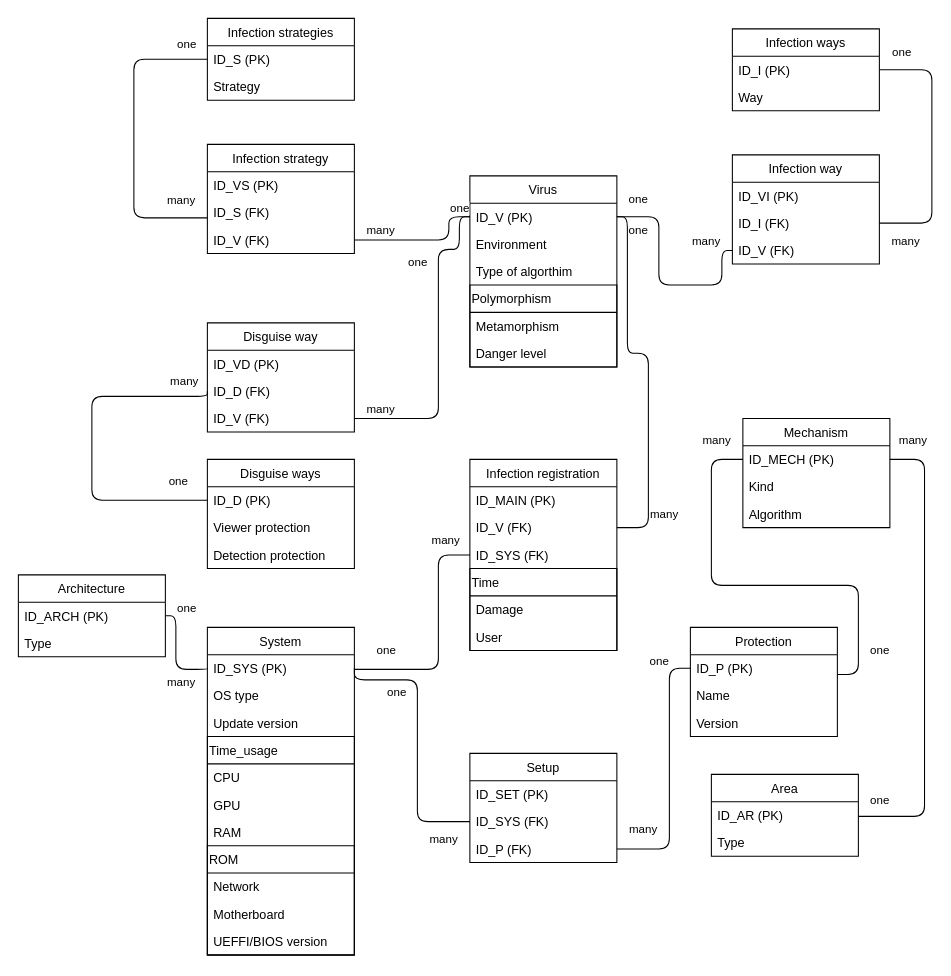
This is VirusAttack.drawio from IcyAltair/Virus-attack-DB, a draw.io file, before an edit. Source tidied: cells renumbered, new cells numbered last; positions are measured from the earlier drawing's top-left corner, leaving out a move shared by most shapes. Both pictures are drawn from the tidied source at 105%, with x=0, y=0 at pixel (18, 18).
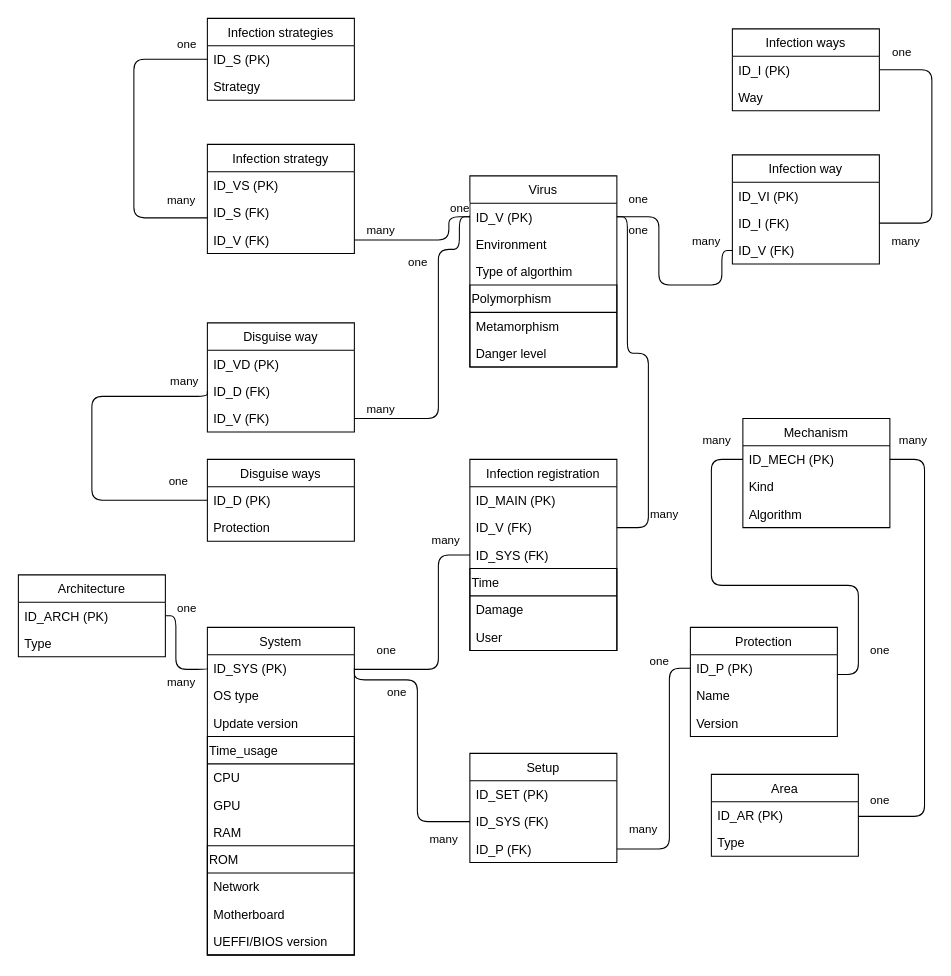
The same page after the edit.

Diff of the diagram source:
```diff
@@
     <mxCell id="27" value="Disguise ways" style="swimlane;fontStyle=0;horizontal=1;startSize=26;fillColor=none;" parent="1" vertex="1">
-      <mxGeometry x="180" y="420" width="140" height="104" as="geometry" />
+      <mxGeometry x="180" y="420" width="140" height="78" as="geometry" />
     </mxCell>
@@
-    <mxCell id="29" value="Viewer protection" style="text;strokeColor=none;fillColor=none;align=left;verticalAlign=top;spacingLeft=4;spacingRight=4;overflow=hidden;" parent="27" vertex="1">
+    <mxCell id="29" value="Protection" style="text;strokeColor=none;fillColor=none;align=left;verticalAlign=top;spacingLeft=4;spacingRight=4;overflow=hidden;" parent="27" vertex="1">
       <mxGeometry y="52" width="140" height="26" as="geometry" />
     </mxCell>
-    <mxCell id="30" value="Detection protection" style="text;strokeColor=none;fillColor=none;align=left;verticalAlign=top;spacingLeft=4;spacingRight=4;overflow=hidden;" parent="27" vertex="1">
-      <mxGeometry y="78" width="140" height="26" as="geometry" />
-    </mxCell>
```
